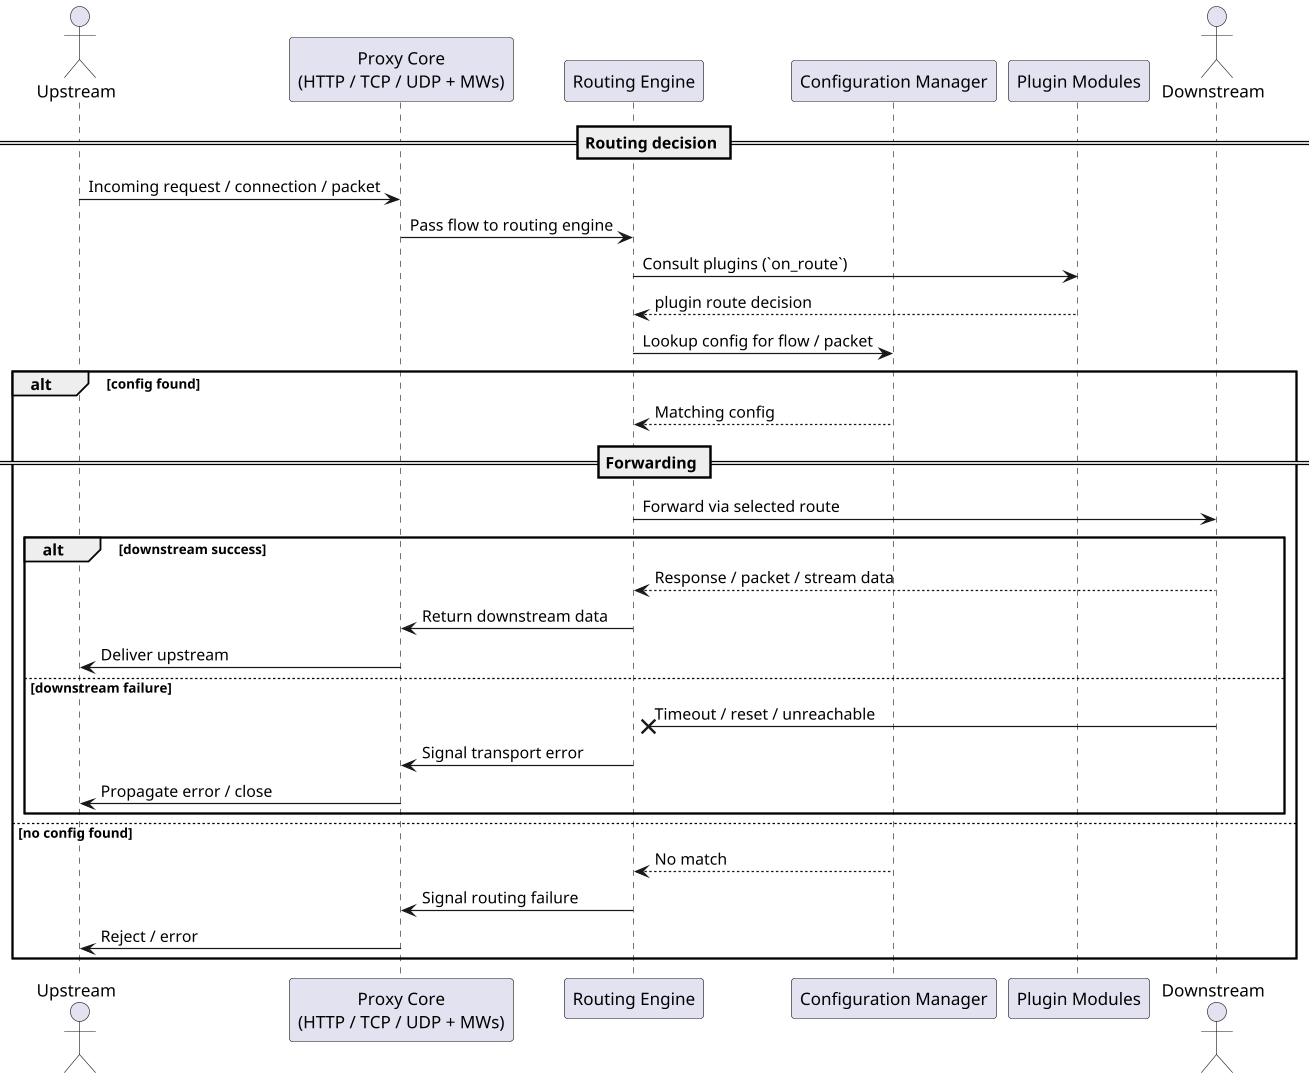
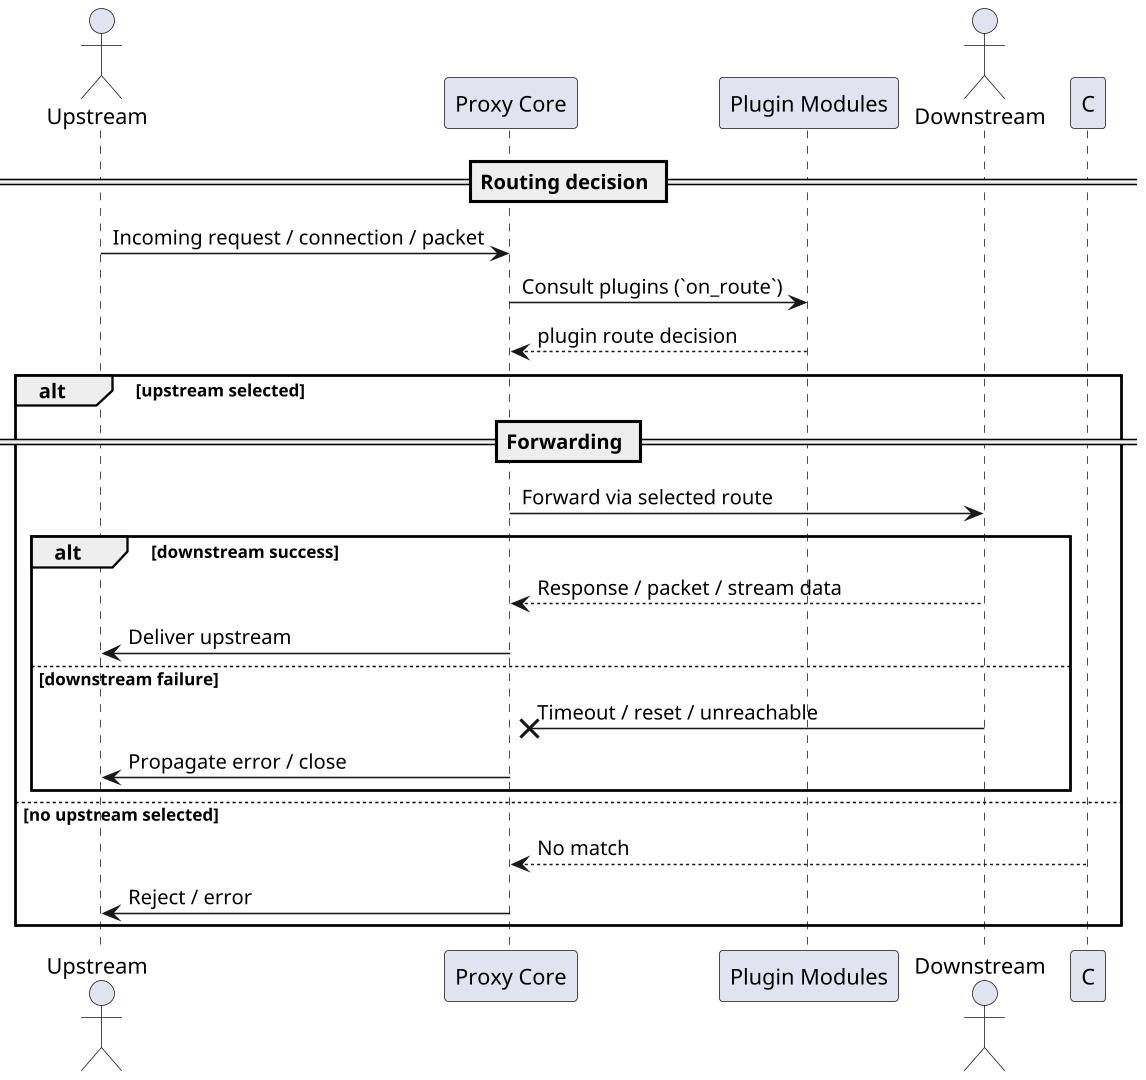
@startuml routing

scale 1920*1080

actor Upstream
- participant "Proxy Core\n(HTTP / TCP / UDP + MWs)" as P
- participant "Routing Engine" as R
- participant "Configuration Manager" as C
+ participant "Proxy Core" as P
participant "Plugin Modules" as PM
actor Downstream

== Routing decision ==
Upstream -> P : Incoming request / connection / packet
- P -> R : Pass flow to routing engine
- R -> PM : Consult plugins (`on_route`)
- PM --> R : plugin route decision
- R -> C : Lookup config for flow / packet
+ P -> PM : Consult plugins (`on_route`)
+ PM --> P : plugin route decision

- alt config found
-     C --> R : Matching config
- 
+ alt upstream selected
    == Forwarding ==
-     R -> Downstream : Forward via selected route
+     P -> Downstream : Forward via selected route

    alt downstream success
-         Downstream --> R : Response / packet / stream data
-         R -> P : Return downstream data
+         Downstream --> P : Response / packet / stream data
        P -> Upstream : Deliver upstream
    else downstream failure
-         Downstream ->x R : Timeout / reset / unreachable
-         R -> P : Signal transport error
+         Downstream ->x P : Timeout / reset / unreachable
        P -> Upstream : Propagate error / close
    end

- else no config found
-     C --> R : No match
-     R -> P : Signal routing failure
+ else no upstream selected
+     C --> P : No match
    P -> Upstream : Reject / error
end

@enduml
